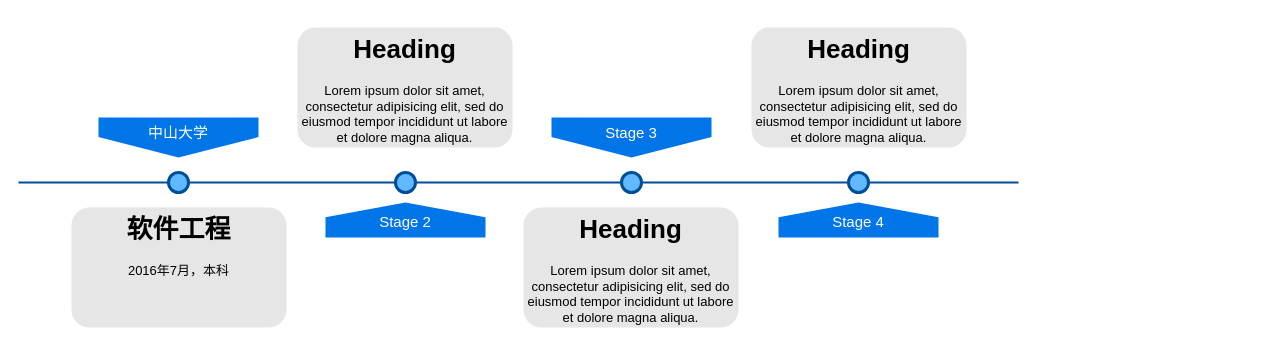
Above: Untitled Diagram.drawio in yzxie/work-tools (draw.io), before the change. Source tidied: cells renumbered, new cells numbered last; positions are measured from the earlier drawing's top-left corner, leaving out a move shared by most shapes. Both pictures are drawn from the tidied source at 100%, with x=0, y=0 at pixel (18, 27).
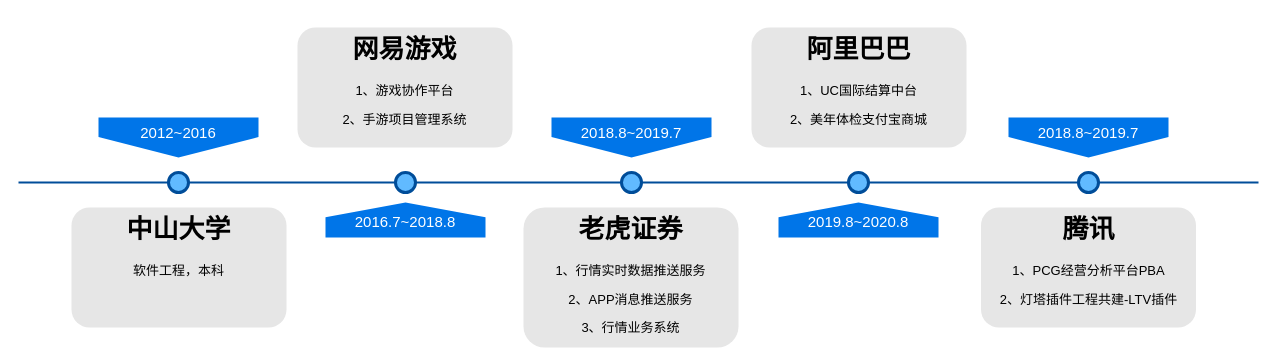
After the change.

The edit, as a diff of the source:
```diff
@@
 <mxGraphModel>
   <root>
     <mxCell id="0" />
     <mxCell id="1" parent="0" />
     <mxCell id="2" style="line;strokeWidth=2;html=1;fillColor=none;fontSize=28;fontColor=#004D99;strokeColor=#004D99;" parent="1" vertex="1">
-      <mxGeometry y="150" width="1000" height="10" as="geometry" />
+      <mxGeometry y="150" width="1240" height="10" as="geometry" />
     </mxCell>
-    <mxCell id="3" value="中山大学" style="shape=offPageConnector;whiteSpace=wrap;html=1;fillColor=#0075E8;fontSize=15;fontColor=#FFFFFF;size=0.5093750000000015;verticalAlign=top;strokeColor=none;" parent="1" vertex="1">
+    <mxCell id="3" value="2012~2016" style="shape=offPageConnector;whiteSpace=wrap;html=1;fillColor=#0075E8;fontSize=15;fontColor=#FFFFFF;size=0.5093750000000015;verticalAlign=top;strokeColor=none;" parent="1" vertex="1">
       <mxGeometry x="80" y="90" width="160" height="40" as="geometry" />
     </mxCell>
-    <mxCell id="4" value="&lt;span&gt;Stage 3&lt;/span&gt;" style="shape=offPageConnector;whiteSpace=wrap;html=1;fillColor=#0075E8;fontSize=15;fontColor=#FFFFFF;size=0.5093750000000015;verticalAlign=top;strokeColor=none;" parent="1" vertex="1">
+    <mxCell id="4" value="&lt;span&gt;2018.8~2019.7&lt;/span&gt;" style="shape=offPageConnector;whiteSpace=wrap;html=1;fillColor=#0075E8;fontSize=15;fontColor=#FFFFFF;size=0.5093750000000015;verticalAlign=top;strokeColor=none;" parent="1" vertex="1">
       <mxGeometry x="533" y="90" width="160" height="40" as="geometry" />
     </mxCell>
-    <mxCell id="5" value="&lt;span&gt;Stage 2&lt;/span&gt;" style="shape=offPageConnector;whiteSpace=wrap;html=1;fillColor=#0075E8;fontSize=15;fontColor=#FFFFFF;size=0.4178571428571445;flipV=1;verticalAlign=bottom;strokeColor=none;spacingBottom=4;" parent="1" vertex="1">
+    <mxCell id="5" value="&lt;span&gt;2016.7~2018.8&lt;/span&gt;" style="shape=offPageConnector;whiteSpace=wrap;html=1;fillColor=#0075E8;fontSize=15;fontColor=#FFFFFF;size=0.4178571428571445;flipV=1;verticalAlign=bottom;strokeColor=none;spacingBottom=4;" parent="1" vertex="1">
       <mxGeometry x="307" y="175" width="160" height="35" as="geometry" />
     </mxCell>
-    <mxCell id="6" value="&lt;span&gt;Stage 4&lt;/span&gt;" style="shape=offPageConnector;whiteSpace=wrap;html=1;fillColor=#0075E8;fontSize=15;fontColor=#FFFFFF;size=0.4178571428571445;flipV=1;verticalAlign=bottom;strokeColor=none;spacingBottom=4;" parent="1" vertex="1">
+    <mxCell id="6" value="&lt;span&gt;2019.8~2020.8&lt;/span&gt;" style="shape=offPageConnector;whiteSpace=wrap;html=1;fillColor=#0075E8;fontSize=15;fontColor=#FFFFFF;size=0.4178571428571445;flipV=1;verticalAlign=bottom;strokeColor=none;spacingBottom=4;" parent="1" vertex="1">
       <mxGeometry x="760" y="175" width="160" height="35" as="geometry" />
     </mxCell>
     <mxCell id="7" style="ellipse;whiteSpace=wrap;html=1;fillColor=#61BAFF;fontSize=28;fontColor=#004D99;strokeWidth=3;strokeColor=#004D99;" parent="1" vertex="1">
       <mxGeometry x="150" y="145" width="20" height="20" as="geometry" />
     </mxCell>
     <mxCell id="8" style="ellipse;whiteSpace=wrap;html=1;fillColor=#61BAFF;fontSize=28;fontColor=#004D99;strokeWidth=3;strokeColor=#004D99;" parent="1" vertex="1">
       <mxGeometry x="377" y="145" width="20" height="20" as="geometry" />
     </mxCell>
     <mxCell id="9" style="ellipse;whiteSpace=wrap;html=1;fillColor=#61BAFF;fontSize=28;fontColor=#004D99;strokeWidth=3;strokeColor=#004D99;" parent="1" vertex="1">
       <mxGeometry x="603" y="145" width="20" height="20" as="geometry" />
     </mxCell>
     <mxCell id="10" style="ellipse;whiteSpace=wrap;html=1;fillColor=#61BAFF;fontSize=28;fontColor=#004D99;strokeWidth=3;strokeColor=#004D99;" parent="1" vertex="1">
       <mxGeometry x="830" y="145" width="20" height="20" as="geometry" />
     </mxCell>
-    <mxCell id="11" value="&lt;h1&gt;软件工程&lt;/h1&gt;&lt;div&gt;2016年7月，本科&lt;/div&gt;" style="text;html=1;spacing=5;spacingTop=-20;whiteSpace=wrap;overflow=hidden;strokeColor=none;strokeWidth=3;fillColor=#E6E6E6;fontSize=13;fontColor=#000000;align=center;rounded=1;" parent="1" vertex="1">
+    <mxCell id="11" value="&lt;h1&gt;中山大学&lt;/h1&gt;&lt;div&gt;软件工程，本科&lt;/div&gt;" style="text;html=1;spacing=5;spacingTop=-20;whiteSpace=wrap;overflow=hidden;strokeColor=none;strokeWidth=3;fillColor=#E6E6E6;fontSize=13;fontColor=#000000;align=center;rounded=1;" parent="1" vertex="1">
       <mxGeometry x="53" y="180" width="215" height="120" as="geometry" />
     </mxCell>
-    <mxCell id="12" value="&lt;h1&gt;Heading&lt;/h1&gt;&lt;p&gt;Lorem ipsum dolor sit amet, consectetur adipisicing elit, sed do eiusmod tempor incididunt ut labore et dolore magna aliqua.&lt;/p&gt;" style="text;html=1;spacing=5;spacingTop=-20;whiteSpace=wrap;overflow=hidden;strokeColor=none;strokeWidth=3;fillColor=#E6E6E6;fontSize=13;fontColor=#000000;align=center;rounded=1;" parent="1" vertex="1">
+    <mxCell id="12" value="&lt;h1&gt;网易游戏&lt;/h1&gt;&lt;p&gt;1、游戏协作平台&lt;/p&gt;&lt;p&gt;2、手游项目管理系统&lt;/p&gt;" style="text;html=1;spacing=5;spacingTop=-20;whiteSpace=wrap;overflow=hidden;strokeColor=none;strokeWidth=3;fillColor=#E6E6E6;fontSize=13;fontColor=#000000;align=center;rounded=1;" parent="1" vertex="1">
       <mxGeometry x="279" width="215" height="120" as="geometry" />
     </mxCell>
-    <mxCell id="13" value="&lt;h1&gt;Heading&lt;/h1&gt;&lt;p&gt;Lorem ipsum dolor sit amet, consectetur adipisicing elit, sed do eiusmod tempor incididunt ut labore et dolore magna aliqua.&lt;/p&gt;" style="text;html=1;spacing=5;spacingTop=-20;whiteSpace=wrap;overflow=hidden;strokeColor=none;strokeWidth=3;fillColor=#E6E6E6;fontSize=13;fontColor=#000000;align=center;rounded=1;" parent="1" vertex="1">
-      <mxGeometry x="505" y="180" width="215" height="120" as="geometry" />
+    <mxCell id="13" value="&lt;h1&gt;老虎证券&lt;/h1&gt;&lt;p&gt;1、行情实时数据推送服务&lt;/p&gt;&lt;p&gt;2、APP消息推送服务&lt;/p&gt;&lt;p&gt;3、行情业务系统&lt;/p&gt;" style="text;html=1;spacing=5;spacingTop=-20;whiteSpace=wrap;overflow=hidden;strokeColor=none;strokeWidth=3;fillColor=#E6E6E6;fontSize=13;fontColor=#000000;align=center;rounded=1;" parent="1" vertex="1">
+      <mxGeometry x="505" y="180" width="215" height="140" as="geometry" />
     </mxCell>
-    <mxCell id="14" value="&lt;h1&gt;Heading&lt;/h1&gt;&lt;p&gt;Lorem ipsum dolor sit amet, consectetur adipisicing elit, sed do eiusmod tempor incididunt ut labore et dolore magna aliqua.&lt;/p&gt;" style="text;html=1;spacing=5;spacingTop=-20;whiteSpace=wrap;overflow=hidden;strokeColor=none;strokeWidth=3;fillColor=#E6E6E6;fontSize=13;fontColor=#000000;align=center;rounded=1;" parent="1" vertex="1">
+    <mxCell id="14" value="&lt;h1&gt;阿里巴巴&lt;/h1&gt;&lt;p&gt;1、UC国际结算中台&lt;/p&gt;&lt;p&gt;2、美年体检支付宝商城&lt;/p&gt;" style="text;html=1;spacing=5;spacingTop=-20;whiteSpace=wrap;overflow=hidden;strokeColor=none;strokeWidth=3;fillColor=#E6E6E6;fontSize=13;fontColor=#000000;align=center;rounded=1;" parent="1" vertex="1">
       <mxGeometry x="733" width="215" height="120" as="geometry" />
     </mxCell>
+    <mxCell id="15" value="&lt;span&gt;2018.8~2019.7&lt;/span&gt;" style="shape=offPageConnector;whiteSpace=wrap;html=1;fillColor=#0075E8;fontSize=15;fontColor=#FFFFFF;size=0.5093750000000015;verticalAlign=top;strokeColor=none;" parent="1" vertex="1">
+      <mxGeometry x="990" y="90" width="160" height="40" as="geometry" />
+    </mxCell>
+    <mxCell id="16" style="ellipse;whiteSpace=wrap;html=1;fillColor=#61BAFF;fontSize=28;fontColor=#004D99;strokeWidth=3;strokeColor=#004D99;" parent="1" vertex="1">
+      <mxGeometry x="1060" y="145" width="20" height="20" as="geometry" />
+    </mxCell>
+    <mxCell id="17" value="&lt;h1&gt;腾讯&lt;/h1&gt;&lt;p&gt;1、PCG经营分析平台PBA&lt;/p&gt;&lt;p&gt;2、灯塔插件工程共建-LTV插件&lt;/p&gt;" style="text;html=1;spacing=5;spacingTop=-20;whiteSpace=wrap;overflow=hidden;strokeColor=none;strokeWidth=3;fillColor=#E6E6E6;fontSize=13;fontColor=#000000;align=center;rounded=1;" parent="1" vertex="1">
+      <mxGeometry x="962.5" y="180" width="215" height="120" as="geometry" />
+    </mxCell>
   </root>
 </mxGraphModel>
```
